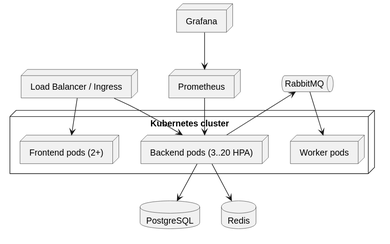
This is docs/diagrams/export/deployment-diagram.svg from Hessam-Hosseinian/event-ticketing-platform, a PlantUML export, as it was before one commit. Its diagram source:
```plantuml
@startuml
node "Load Balancer / Ingress" as LB
node "Kubernetes cluster" {
 node "Frontend pods (2+)" as F
 node "Backend pods (3..20 HPA)" as B
 node "Worker pods" as W
}
database "PostgreSQL" as P
database "Redis" as R
queue "RabbitMQ" as Q
node Prometheus
node Grafana
LB --> F
LB --> B
B --> P
B --> R
B --> Q
Q --> W
Prometheus --> B
Grafana --> Prometheus
@enduml
```
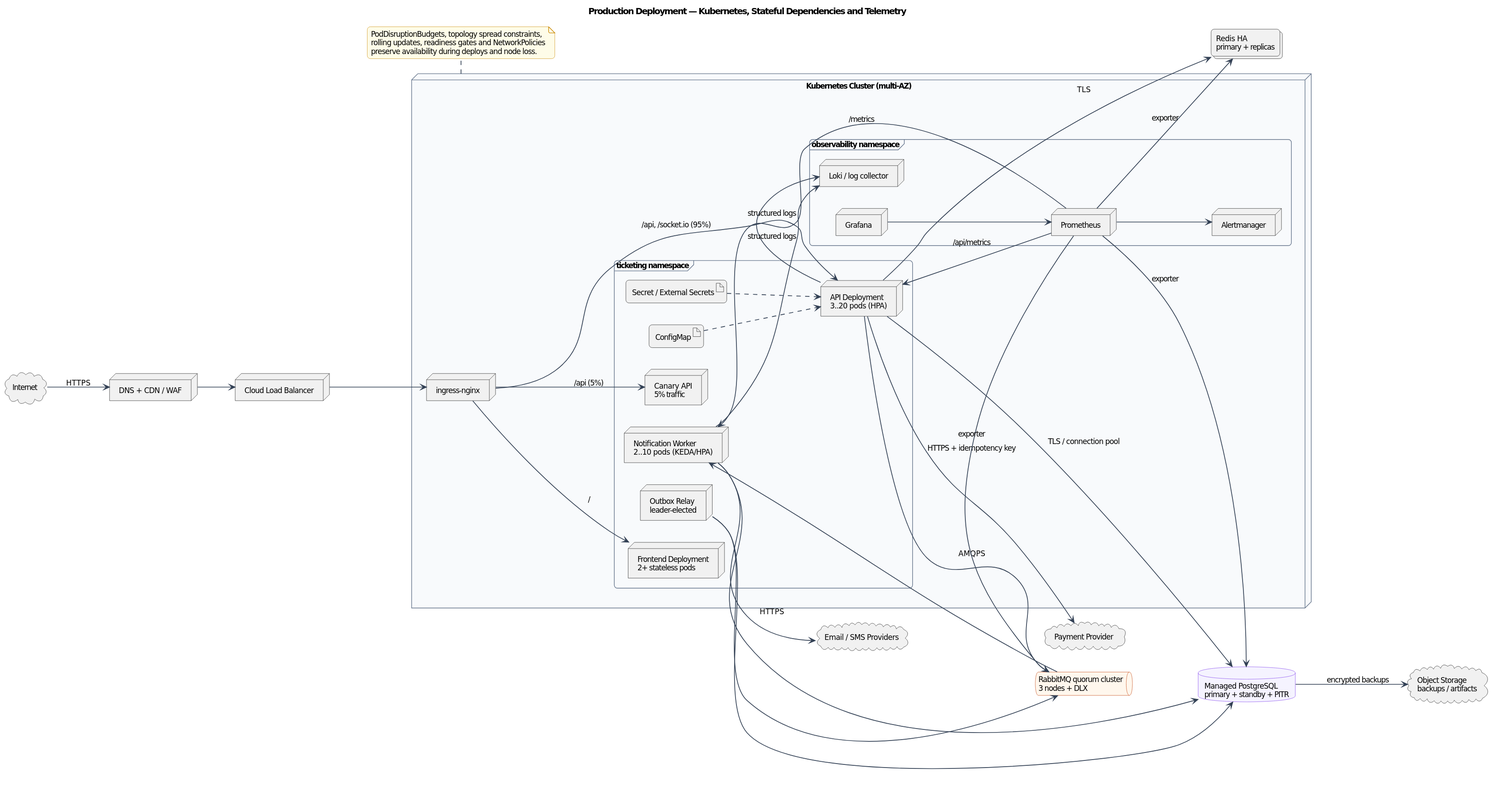
After the change.

The edit, as a diff of the source:
```diff
@@ -1,21 +1,64 @@
 @startuml
-node "Load Balancer / Ingress" as LB
-node "Kubernetes cluster" {
- node "Frontend pods (2+)" as F
- node "Backend pods (3..20 HPA)" as B
- node "Worker pods" as W
+!include theme.iuml
+title Production Deployment — Kubernetes, Stateful Dependencies and Telemetry
+left to right direction
+cloud "Internet" as Internet
+node "DNS + CDN / WAF" as Edge
+node "Cloud Load Balancer" as LB
+node "Kubernetes Cluster (multi-AZ)" as Cluster {
+  node "ingress-nginx" as Ingress
+  frame "ticketing namespace" {
+    node "Frontend Deployment\n2+ stateless pods" as Frontend
+    node "API Deployment\n3..20 pods (HPA)" as API
+    node "Notification Worker\n2..10 pods (KEDA/HPA)" as Worker
+    node "Outbox Relay\nleader-elected" as Relay
+    node "Canary API\n5% traffic" as Canary
+    artifact "ConfigMap" as Config
+    artifact "Secret / External Secrets" as Secret
+  }
+  frame "observability namespace" {
+    node "Prometheus" as Prometheus
+    node "Grafana" as Grafana
+    node "Alertmanager" as Alertmanager
+    node "Loki / log collector" as Loki
+  }
 }
-database "PostgreSQL" as P
-database "Redis" as R
-queue "RabbitMQ" as Q
-node Prometheus
-node Grafana
-LB --> F
-LB --> B
-B --> P
-B --> R
-B --> Q
-Q --> W
-Prometheus --> B
+database "Managed PostgreSQL\nprimary + standby + PITR" as PostgreSQL
+collections "Redis HA\nprimary + replicas" as Redis
+queue "RabbitMQ quorum cluster\n3 nodes + DLX" as RabbitMQ
+cloud "Payment Provider" as Payment
+cloud "Email / SMS Providers" as Notify
+cloud "Object Storage\nbackups / artifacts" as Storage
+Internet --> Edge : HTTPS
+Edge --> LB
+LB --> Ingress
+Ingress --> Frontend : /
+Ingress --> API : /api, /socket.io (95%)
+Ingress --> Canary : /api (5%)
+API --> PostgreSQL : TLS / connection pool
+API --> Redis : TLS
+API --> RabbitMQ : AMQPS
+API --> Payment : HTTPS + idempotency key
+Relay --> PostgreSQL
+Relay --> RabbitMQ
+RabbitMQ --> Worker
+Worker --> PostgreSQL
+Worker --> Notify : HTTPS
+PostgreSQL --> Storage : encrypted backups
+Config ..> API
+Secret ..> API
+Prometheus --> API : /api/metrics
+Prometheus --> Worker : /metrics
+Prometheus --> PostgreSQL : exporter
+Prometheus --> Redis : exporter
+Prometheus --> RabbitMQ : exporter
 Grafana --> Prometheus
+Prometheus --> Alertmanager
+API --> Loki : structured logs
+Worker --> Loki : structured logs
+note bottom of Cluster
+  PodDisruptionBudgets, topology spread constraints,
+  rolling updates, readiness gates and NetworkPolicies
+  preserve availability during deploys and node loss.
+end note
 @enduml
```
